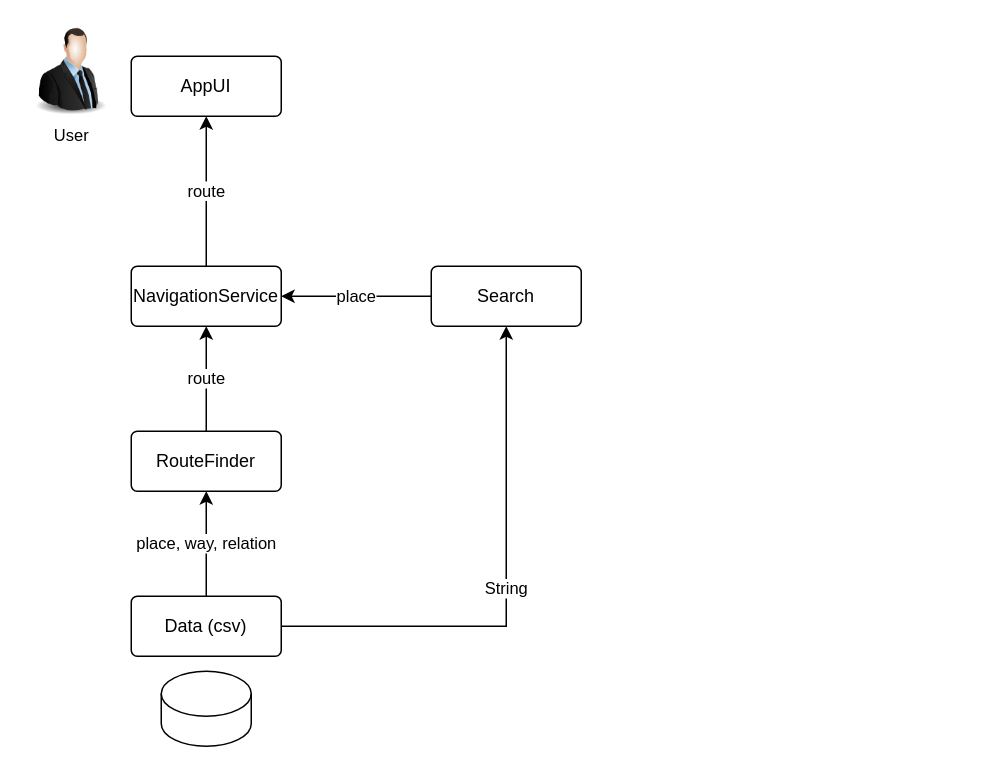
The draw.io diagram Domasna 2/Untitled Diagram.drawio in M-Jak/OMM-Historic-Cultural-Mkd, before the edit. Source tidied: cells renumbered, new cells numbered last; positions are measured from the earlier drawing's top-left corner, leaving out a move shared by most shapes. Both pictures are drawn from the tidied source at 150%, with x=0, y=0 at pixel (26, 26).
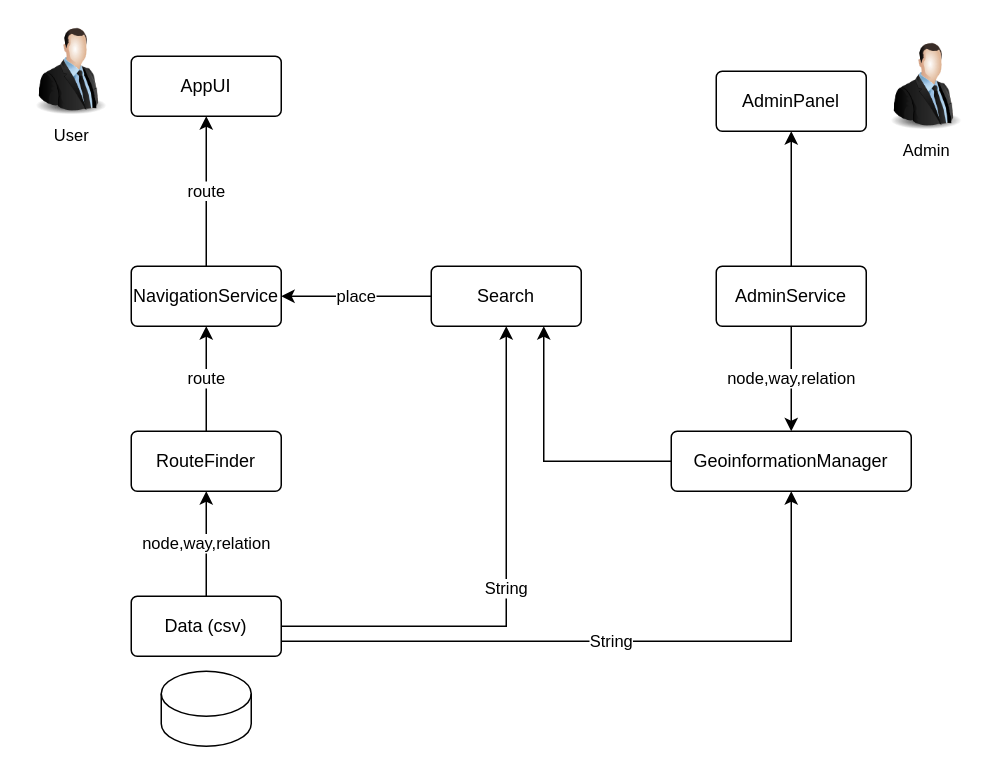
After the change.

The change refers to these unchanged cells:
```xml
<mxCell id="6" value="RouteFinder" style="rounded=1;arcSize=10;whiteSpace=wrap;html=1;align=center;" parent="1" vertex="1">
  <mxGeometry x="70" y="270" width="100" height="40" as="geometry" />
</mxCell>
<mxCell id="9" value="Data (csv)" style="rounded=1;arcSize=10;whiteSpace=wrap;html=1;align=center;" parent="1" vertex="1">
  <mxGeometry x="70" y="380" width="100" height="40" as="geometry" />
</mxCell>
<mxCell id="11" value="Search" style="rounded=1;arcSize=10;whiteSpace=wrap;html=1;align=center;" parent="1" vertex="1">
  <mxGeometry x="270" y="160" width="100" height="40" as="geometry" />
</mxCell>
```

The edit, as a diff of the source:
```diff
@@
-    <mxCell id="7" value="place, way, relation" style="edgeStyle=none;shape=connector;rounded=0;jettySize=auto;html=1;exitX=0.5;exitY=0;exitDx=0;exitDy=0;labelBackgroundColor=default;strokeColor=default;align=center;verticalAlign=middle;fontFamily=Helvetica;fontSize=11;fontColor=default;endArrow=classic;" parent="1" edge="1" source="9" target="6">
+    <mxCell id="7" value="node,way,relation" style="edgeStyle=none;shape=connector;rounded=0;jettySize=auto;html=1;exitX=0.5;exitY=0;exitDx=0;exitDy=0;labelBackgroundColor=default;strokeColor=default;align=center;verticalAlign=middle;fontFamily=Helvetica;fontSize=11;fontColor=default;endArrow=classic;" parent="1" edge="1" source="9" target="6">
       <mxGeometry relative="1" as="geometry" />
     </mxCell>
@@
+    <mxCell id="15" value="String" style="edgeStyle=none;shape=connector;rounded=0;jettySize=auto;html=1;exitX=1;exitY=0.75;exitDx=0;exitDy=0;labelBackgroundColor=default;strokeColor=default;align=center;verticalAlign=middle;fontFamily=Helvetica;fontSize=11;fontColor=default;endArrow=classic;" parent="1" edge="1" source="9" target="22">
+      <mxGeometry relative="1" as="geometry">
+        <Array as="points">
+          <mxPoint x="510" y="410" />
+        </Array>
+      </mxGeometry>
+    </mxCell>
@@
+    <mxCell id="16" value="AdminPanel" style="rounded=1;arcSize=10;whiteSpace=wrap;html=1;align=center;" parent="1" vertex="1">
+      <mxGeometry x="460" y="30" width="100" height="40" as="geometry" />
+    </mxCell>
+    <mxCell id="17" value="Admin" style="image;html=1;image=img/lib/clip_art/people/Suit_Man_128x128.png;fontFamily=Helvetica;fontSize=11;fontColor=default;" parent="1" vertex="1">
+      <mxGeometry x="570" y="10" width="60" height="60" as="geometry" />
+    </mxCell>
+    <mxCell id="18" value="&lt;div&gt;node,way,relation&lt;/div&gt;" style="edgeStyle=none;shape=connector;rounded=0;jettySize=auto;html=1;exitX=0.5;exitY=1;exitDx=0;exitDy=0;labelBackgroundColor=default;strokeColor=default;align=center;verticalAlign=middle;fontFamily=Helvetica;fontSize=11;fontColor=default;endArrow=classic;" parent="1" edge="1" source="20" target="22">
+      <mxGeometry relative="1" as="geometry" />
+    </mxCell>
+    <mxCell id="19" style="edgeStyle=none;shape=connector;rounded=0;jettySize=auto;html=1;exitX=0.5;exitY=0;exitDx=0;exitDy=0;labelBackgroundColor=default;strokeColor=default;align=center;verticalAlign=middle;fontFamily=Helvetica;fontSize=11;fontColor=default;endArrow=classic;" parent="1" edge="1" source="20" target="16">
+      <mxGeometry relative="1" as="geometry" />
+    </mxCell>
+    <mxCell id="20" value="AdminService" style="rounded=1;arcSize=10;whiteSpace=wrap;html=1;align=center;" parent="1" vertex="1">
+      <mxGeometry x="460" y="160" width="100" height="40" as="geometry" />
+    </mxCell>
+    <mxCell id="21" style="edgeStyle=none;shape=connector;rounded=0;jettySize=auto;html=1;exitX=0;exitY=0.5;exitDx=0;exitDy=0;labelBackgroundColor=default;strokeColor=default;align=center;verticalAlign=middle;fontFamily=Helvetica;fontSize=11;fontColor=default;endArrow=classic;entryX=0.75;entryY=1;entryDx=0;entryDy=0;" parent="1" edge="1" source="22" target="11">
+      <mxGeometry relative="1" as="geometry">
+        <Array as="points">
+          <mxPoint x="345" y="290" />
+        </Array>
+      </mxGeometry>
+    </mxCell>
+    <mxCell id="22" value="GeoinformationManager" style="rounded=1;arcSize=10;whiteSpace=wrap;html=1;align=center;" parent="1" vertex="1">
+      <mxGeometry x="430" y="270" width="160" height="40" as="geometry" />
+    </mxCell>
```
